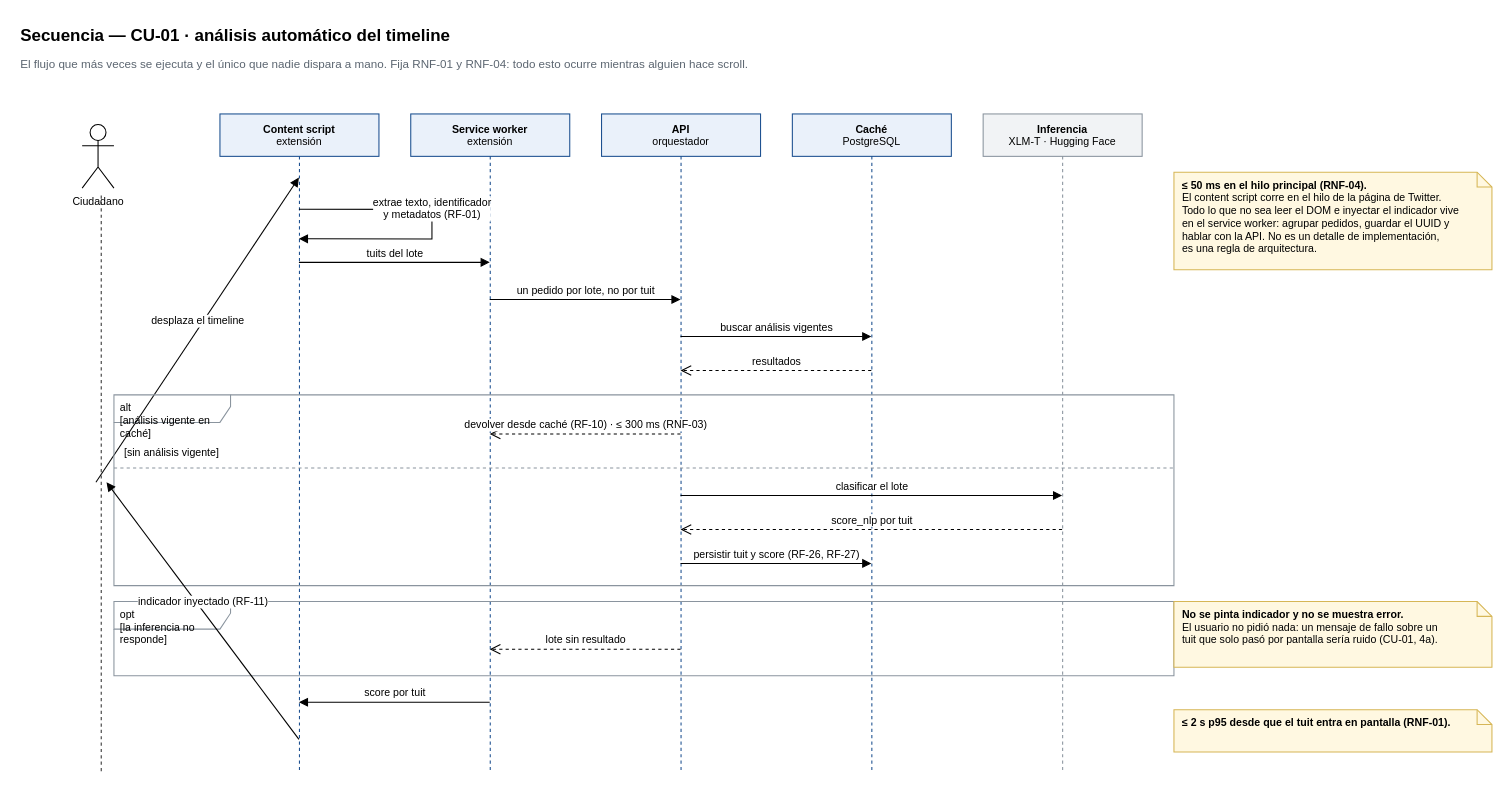
Earlier version of the draw.io diagram wiki/assets/diagramas/secuencia-cu01.drawio (martinnbejarano/PFI-Wiki). Source tidied: cells renumbered, new cells numbered last; positions are measured from the earlier drawing's top-left corner, leaving out a move shared by most shapes. Both pictures are drawn from the tidied source at 106%, with x=0, y=0 at pixel (18, 18).
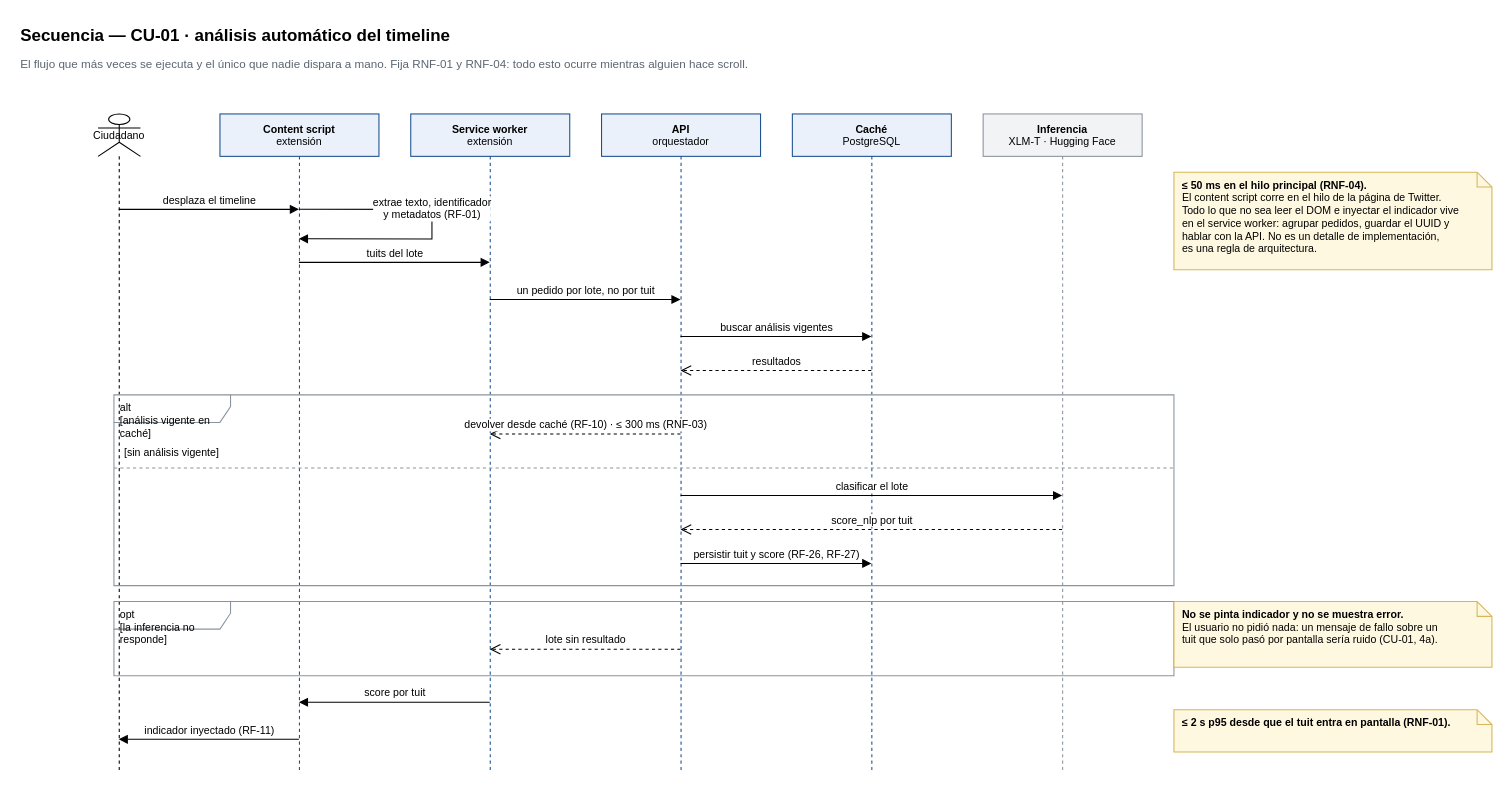
After the change.

The change refers to these unchanged cells:
```xml
<mxCell id="6" value="&lt;b&gt;Content script&lt;/b&gt;&lt;br&gt;extensión" style="shape=umlLifeline;perimeter=lifelinePerimeter;whiteSpace=wrap;html=1;outlineConnect=0;fontSize=10;fillColor=#eaf1fa;strokeColor=#1b4f8f;" parent="1" vertex="1">
  <mxGeometry x="190" y="90" width="150" height="620" as="geometry" />
</mxCell>
```

Diff of the diagram source:
```diff
@@
-    <mxCell id="4" value="Ciudadano" style="shape=umlActor;verticalLabelPosition=bottom;verticalAlign=top;html=1;outlineConnect=0;fontSize=10;" parent="1" vertex="1">
-      <mxGeometry x="60" y="100" width="30" height="60" as="geometry" />
+    <mxCell id="4" value="Ciudadano" style="shape=umlLifeline;perimeter=lifelinePerimeter;whiteSpace=wrap;html=1;outlineConnect=0;fontSize=10;participant=umlActor;" parent="1" vertex="1">
+      <mxGeometry x="75" y="90" width="40" height="620" as="geometry" />
     </mxCell>
-    <mxCell id="5" style="line;strokeWidth=1;direction=north;html=1;dashed=1;strokeColor=#333333;" parent="1" vertex="1">
-      <mxGeometry x="73" y="165" width="10" height="545" as="geometry" />
-    </mxCell>
@@
-    <mxCell id="11" value="desplaza el timeline" style="html=1;rounded=0;fontSize=10;endArrow=blockThin;endFill=1;html=1;verticalAlign=bottom;endArrow=block;fontSize=10;rounded=0;exitX=0.5;exitY=0.0968;exitDx=0;exitDy=0;entryX=0.5;entryY=0.0968;entryDx=0;entryDy=0;" parent="1" edge="1" source="5" target="6">
+    <mxCell id="11" value="desplaza el timeline" style="html=1;rounded=0;fontSize=10;endArrow=blockThin;endFill=1;html=1;verticalAlign=bottom;endArrow=block;fontSize=10;rounded=0;exitX=0.5;exitY=0.1452;exitDx=0;exitDy=0;entryX=0.5;entryY=0.1452;entryDx=0;entryDy=0;" parent="1" edge="1" source="4" target="6">
       <mxGeometry relative="1" as="geometry" />
     </mxCell>
@@
-    <mxCell id="28" value="indicador inyectado (RF-11)" style="html=1;rounded=0;fontSize=10;endArrow=blockThin;endFill=1;html=1;verticalAlign=bottom;endArrow=block;fontSize=10;rounded=0;exitX=0.5;exitY=0.9516;exitDx=0;exitDy=0;entryX=0.5;entryY=0.9516;entryDx=0;entryDy=0;" parent="1" edge="1" source="6" target="5">
+    <mxCell id="28" value="indicador inyectado (RF-11)" style="html=1;rounded=0;fontSize=10;endArrow=blockThin;endFill=1;html=1;verticalAlign=bottom;endArrow=block;fontSize=10;rounded=0;exitX=0.5;exitY=0.9516;exitDx=0;exitDy=0;entryX=0.5;entryY=0.9516;entryDx=0;entryDy=0;" parent="1" edge="1" source="6" target="4">
       <mxGeometry relative="1" as="geometry" />
     </mxCell>
```
